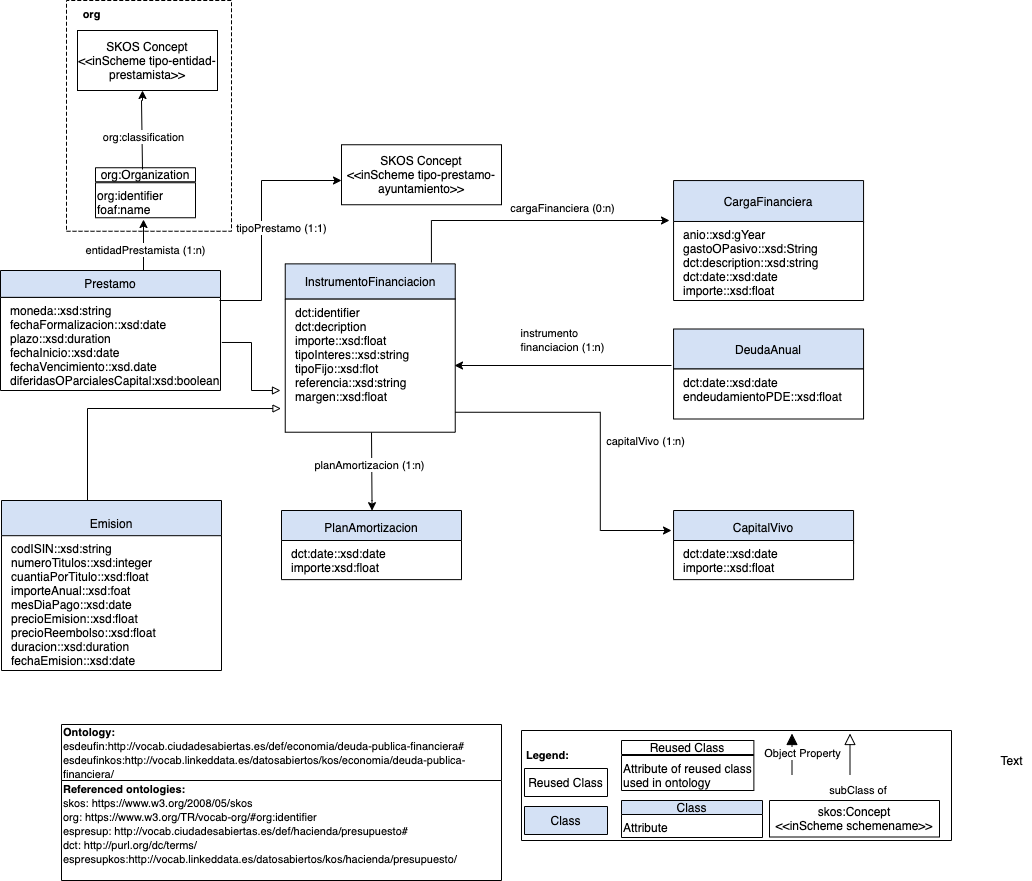
Above: OnToology/ontology/deudaPublicaFinanciera.owl/documentation/resources/images/modeloConceptual.png in ednaru/vocab-economia-deuda-financiera (draw.io), before the change. Source tidied: cells renumbered, new cells last; positions are measured from the earlier drawing's top-left corner, leaving out a move shared by most shapes.
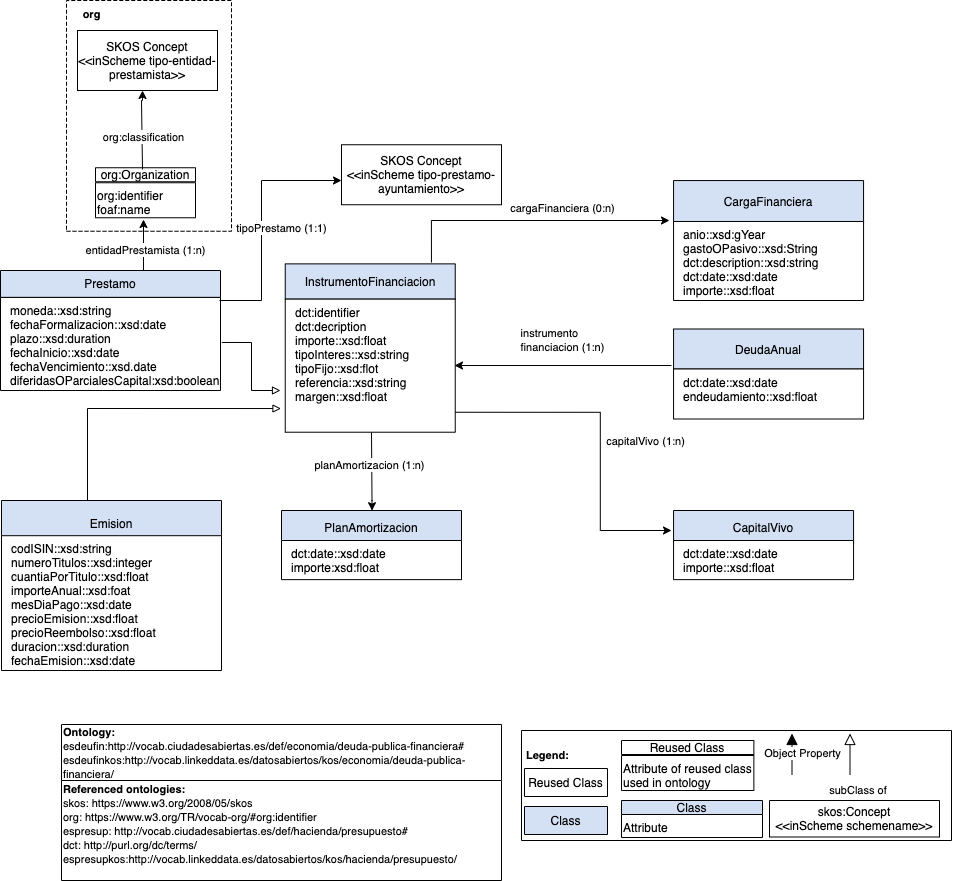
After the commit.

Commit message:
Cambio diagrama conceptual

Cambios diagrama que corresponden a cambios ontología

Diff of the diagram source:
```diff
@@ -242,13 +242,10 @@
         <mxPoint x="51.5" y="26.2" as="offset" />
       </mxGeometry>
     </mxCell>
-    <mxCell id="55" value="Text" style="text;html=1;align=center;verticalAlign=middle;" parent="1" vertex="1">
-      <mxGeometry x="991" y="750" width="40" height="20" as="geometry" />
-    </mxCell>
     <mxCell id="56" value="&lt;font style=&quot;font-size: 12px ; color: rgb(0 , 0 , 0) ; direction: ltr ; letter-spacing: 0px ; line-height: 120% ; opacity: 1&quot;&gt;DeudaAnual&lt;br&gt;&lt;/font&gt;" style="verticalAlign=middle;align=center;vsdxID=334;fillColor=#D4E1F5;gradientColor=none;shape=(stored shape, 160 characters);labelBackgroundColor=none;rounded=0;html=1;whiteSpace=wrap;" parent="1" vertex="1">
       <mxGeometry x="673.1" y="328.5" width="190" height="40" as="geometry" />
     </mxCell>
-    <mxCell id="57" value="&lt;p style=&quot;margin: 0px 0px 0px 8px&quot;&gt;&lt;span&gt;dct:date::xsd:date&lt;/span&gt;&lt;br&gt;&lt;/p&gt;&lt;p style=&quot;margin: 0px 0px 0px 8px&quot;&gt;&lt;span&gt;endeudamientoPDE::xsd:float&lt;/span&gt;&lt;/p&gt;&lt;p style=&quot;margin: 0px 0px 0px 8px&quot;&gt;&lt;br&gt;&lt;/p&gt;&lt;p style=&quot;margin: 0px 0px 0px 8px&quot;&gt;&lt;br&gt;&lt;/p&gt;&lt;p style=&quot;margin: 0px 0px 0px 8px&quot;&gt;&lt;br&gt;&lt;/p&gt;" style="verticalAlign=top;align=left;vsdxID=335;fillColor=#FFFFFF;gradientColor=none;shape=(stored shape, 160 characters);labelBackgroundColor=none;rounded=0;html=1;whiteSpace=wrap;" parent="1" vertex="1">
+    <mxCell id="57" value="&lt;p style=&quot;margin: 0px 0px 0px 8px&quot;&gt;&lt;span&gt;dct:date::xsd:date&lt;/span&gt;&lt;br&gt;&lt;/p&gt;&lt;p style=&quot;margin: 0px 0px 0px 8px&quot;&gt;&lt;span&gt;endeudamiento::xsd:float&lt;/span&gt;&lt;/p&gt;&lt;p style=&quot;margin: 0px 0px 0px 8px&quot;&gt;&lt;br&gt;&lt;/p&gt;&lt;p style=&quot;margin: 0px 0px 0px 8px&quot;&gt;&lt;br&gt;&lt;/p&gt;&lt;p style=&quot;margin: 0px 0px 0px 8px&quot;&gt;&lt;br&gt;&lt;/p&gt;" style="verticalAlign=top;align=left;vsdxID=335;fillColor=#FFFFFF;gradientColor=none;shape=(stored shape, 160 characters);labelBackgroundColor=none;rounded=0;html=1;whiteSpace=wrap;" parent="1" vertex="1">
       <mxGeometry x="673.1" y="368.5" width="190" height="50" as="geometry" />
     </mxCell>
     <mxCell id="58" style="group;" parent="1" vertex="1">
```
